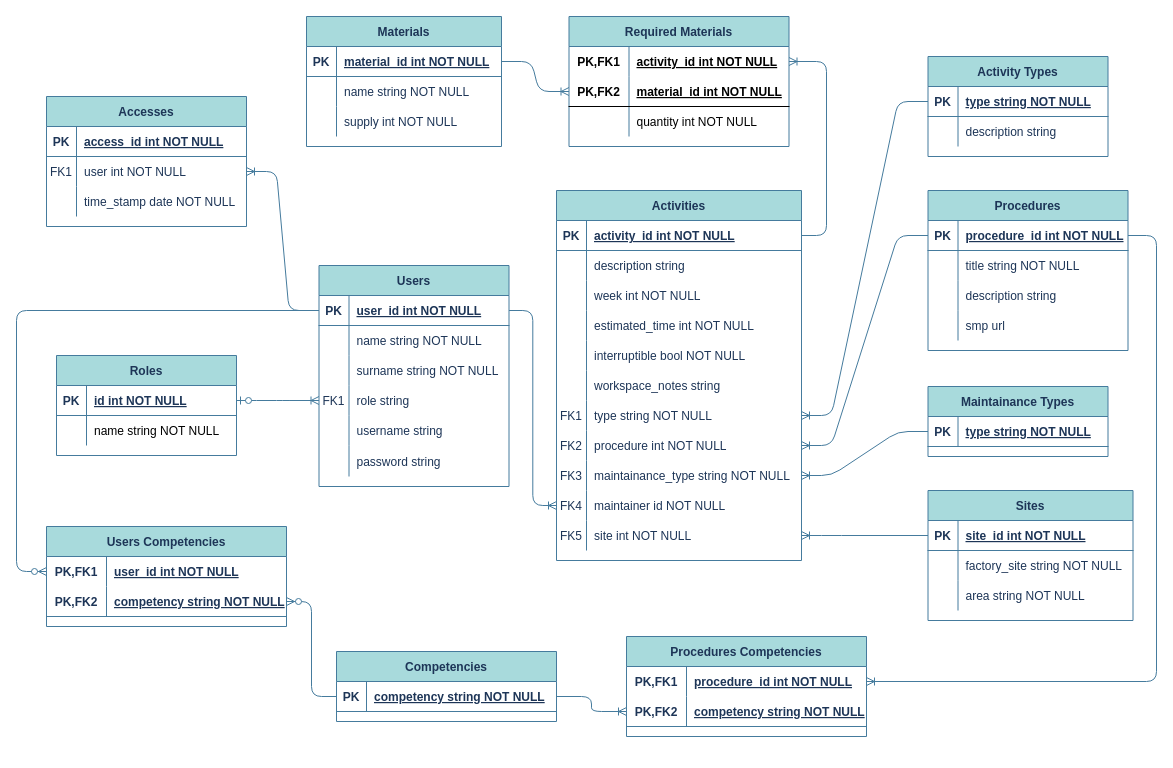
This is page "Database" (3 of 3) of doc/Architecture.drawio from yDon96/servletManager, a draw.io file, before an edit. Source tidied: cells renumbered, new cells numbered last; positions are measured from the earlier drawing's top-left corner, leaving out a move shared by most shapes. Both pictures are drawn from the tidied source at 100%, with x=0, y=0 at pixel (16, 16).
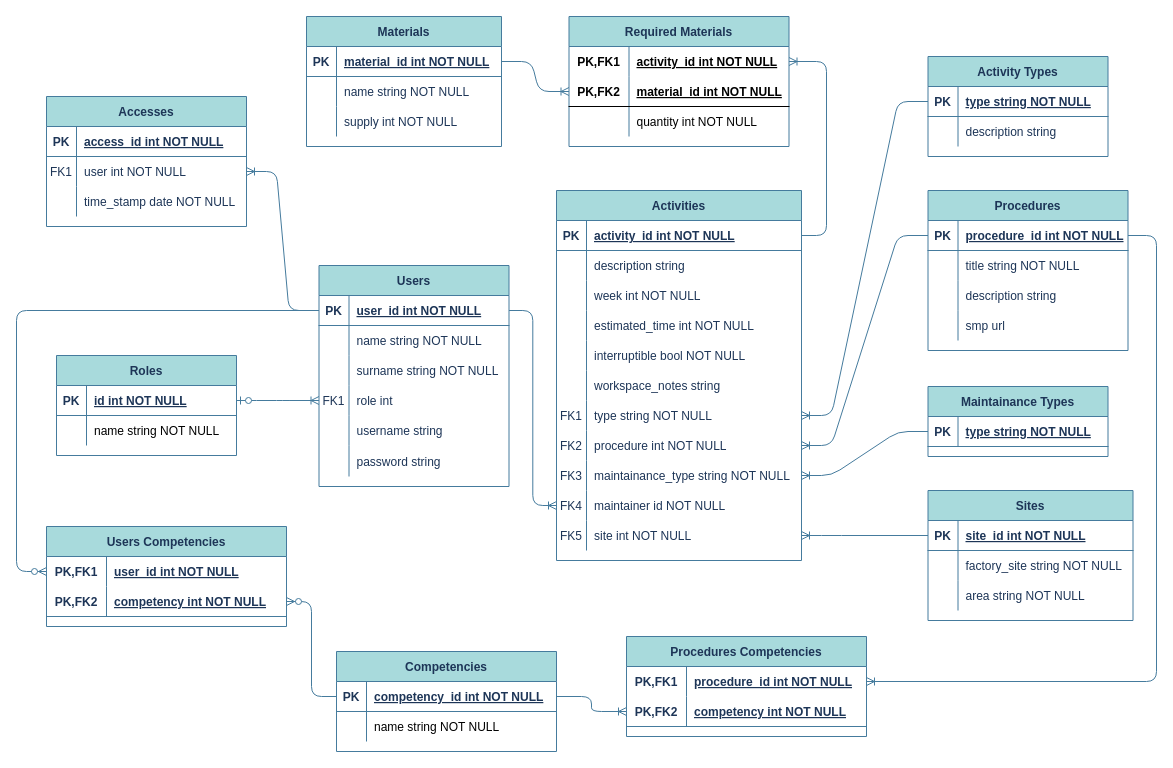
The same page after the edit.

Unchanged cells that the change refers to:
```xml
<mxCell id="22" style="shape=partialRectangle;fillColor=none;top=0;left=0;bottom=0;right=0;points=[[0,0.5],[1,0.5]];portConstraint=eastwest;strokeColor=#457B9D;fontColor=#1D3557;" parent="12" vertex="1">
  <mxGeometry y="120" width="190" height="30" as="geometry" />
</mxCell>
<mxCell id="40" style="shape=partialRectangle;fillColor=none;top=0;left=0;bottom=1;right=0;points=[[0,0.5],[1,0.5]];portConstraint=eastwest;strokeColor=#457B9D;fontColor=#1D3557;" parent="39" vertex="1">
  <mxGeometry y="30" width="220" height="30" as="geometry" />
</mxCell>
<mxCell id="131" style="shape=partialRectangle;fillColor=none;top=0;left=0;bottom=1;right=0;points=[[0,0.5],[1,0.5]];portConstraint=eastwest;strokeColor=#457B9D;fontColor=#1D3557;" parent="127" vertex="1">
  <mxGeometry y="60" width="240" height="30" as="geometry" />
</mxCell>
<mxCell id="140" style="shape=partialRectangle;fillColor=none;top=0;left=0;bottom=1;right=0;points=[[0,0.5],[1,0.5]];portConstraint=eastwest;strokeColor=#457B9D;fontColor=#1D3557;" parent="136" vertex="1">
  <mxGeometry y="60" width="240" height="30" as="geometry" />
</mxCell>
```

Change to the diagram source:
```diff
@@
-    <mxCell id="24" value="role string" style="shape=partialRectangle;fillColor=none;top=0;left=0;bottom=0;right=0;align=left;spacingLeft=6;overflow=hidden;strokeColor=#457B9D;fontColor=#1D3557;" parent="22" vertex="1">
+    <mxCell id="24" value="role int" style="shape=partialRectangle;fillColor=none;top=0;left=0;bottom=0;right=0;align=left;spacingLeft=6;overflow=hidden;strokeColor=#457B9D;fontColor=#1D3557;" parent="22" vertex="1">
       <mxGeometry x="30" width="160" height="30" as="geometry" />
     </mxCell>
@@
     <mxCell id="39" value="Competencies" style="shape=table;startSize=30;childLayout=tableLayout;rowLines=0;fontStyle=1;align=center;fillColor=#A8DADC;strokeColor=#457B9D;fontColor=#1D3557;" parent="1" vertex="1">
-      <mxGeometry x="320" y="635" width="220" height="70" as="geometry" />
+      <mxGeometry x="320" y="635" width="220" height="100" as="geometry" />
     </mxCell>
@@
-    <mxCell id="42" value="competency string NOT NULL" style="shape=partialRectangle;fillColor=none;top=0;left=0;bottom=0;right=0;align=left;spacingLeft=6;fontStyle=5;overflow=hidden;strokeColor=#457B9D;fontColor=#1D3557;" parent="40" vertex="1">
+    <mxCell id="42" value="competency_id int NOT NULL" style="shape=partialRectangle;fillColor=none;top=0;left=0;bottom=0;right=0;align=left;spacingLeft=6;fontStyle=5;overflow=hidden;strokeColor=#457B9D;fontColor=#1D3557;" parent="40" vertex="1">
       <mxGeometry x="30" width="190" height="30" as="geometry" />
     </mxCell>
+    <mxCell id="157" style="shape=partialRectangle;fillColor=none;top=0;left=0;bottom=0;right=0;" parent="39" vertex="1">
+      <mxGeometry y="60" width="220" height="30" as="geometry" />
+    </mxCell>
+    <mxCell id="158" style="shape=partialRectangle;fillColor=none;top=0;left=0;bottom=0;right=0;overflow=hidden;" parent="157" vertex="1">
+      <mxGeometry width="30" height="30" as="geometry" />
+    </mxCell>
+    <mxCell id="159" value="name string NOT NULL" style="shape=partialRectangle;fillColor=none;top=0;left=0;bottom=0;right=0;align=left;spacingLeft=6;overflow=hidden;" parent="157" vertex="1">
+      <mxGeometry x="30" width="190" height="30" as="geometry" />
+    </mxCell>
@@
-    <mxCell id="133" value="competency string NOT NULL" style="shape=partialRectangle;fillColor=none;top=0;left=0;bottom=0;right=0;align=left;spacingLeft=6;fontStyle=5;overflow=hidden;strokeColor=#457B9D;fontColor=#1D3557;" parent="131" vertex="1">
+    <mxCell id="133" value="competency int NOT NULL" style="shape=partialRectangle;fillColor=none;top=0;left=0;bottom=0;right=0;align=left;spacingLeft=6;fontStyle=5;overflow=hidden;strokeColor=#457B9D;fontColor=#1D3557;" parent="131" vertex="1">
       <mxGeometry x="60" width="180" height="30" as="geometry" />
     </mxCell>
@@
-    <mxCell id="142" value="competency string NOT NULL" style="shape=partialRectangle;fillColor=none;top=0;left=0;bottom=0;right=0;align=left;spacingLeft=6;fontStyle=5;overflow=hidden;strokeColor=#457B9D;fontColor=#1D3557;" parent="140" vertex="1">
+    <mxCell id="142" value="competency int NOT NULL" style="shape=partialRectangle;fillColor=none;top=0;left=0;bottom=0;right=0;align=left;spacingLeft=6;fontStyle=5;overflow=hidden;strokeColor=#457B9D;fontColor=#1D3557;" parent="140" vertex="1">
       <mxGeometry x="60" width="180" height="30" as="geometry" />
     </mxCell>
```
